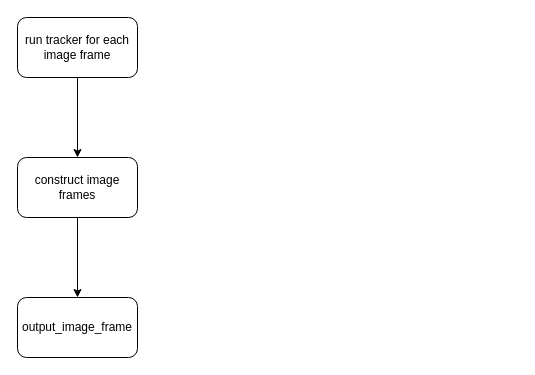
YueChuCheng/Wayside_draw keeps this draw.io diagram as deepsort_tracker.drawio. Above is the earlier version. Source tidied: cells renumbered, new cells numbered last; positions are measured from the earlier drawing's top-left corner, leaving out a move shared by most shapes. Both pictures are drawn from the tidied source at 100%, with x=0, y=0 at pixel (17, 17).
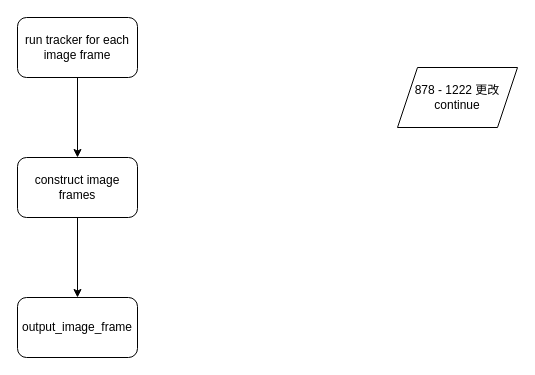
After the change.

Change to the diagram source:
```diff
@@
 <mxGraphModel>
   <root>
     <mxCell id="0" />
     <mxCell id="1" parent="0" />
     <mxCell id="2" style="edgeStyle=orthogonalEdgeStyle;rounded=0;jettySize=auto;html=1;" parent="1" edge="1" source="3" target="5">
       <mxGeometry relative="1" as="geometry" />
     </mxCell>
     <mxCell id="3" value="run tracker for each image frame" style="rounded=1;whiteSpace=wrap;html=1;" parent="1" vertex="1">
       <mxGeometry width="120" height="60" as="geometry" />
     </mxCell>
     <mxCell id="4" style="edgeStyle=orthogonalEdgeStyle;rounded=0;jettySize=auto;html=1;" parent="1" edge="1" source="5" target="6">
       <mxGeometry relative="1" as="geometry" />
     </mxCell>
     <mxCell id="5" value="construct image frames" style="whiteSpace=wrap;html=1;rounded=1;" parent="1" vertex="1">
       <mxGeometry y="140" width="120" height="60" as="geometry" />
     </mxCell>
     <mxCell id="6" value="output_image_frame" style="whiteSpace=wrap;html=1;rounded=1;" parent="1" vertex="1">
       <mxGeometry y="280" width="120" height="60" as="geometry" />
     </mxCell>
+    <mxCell id="7" value="878 - 1222 更改continue" style="shape=parallelogram;perimeter=parallelogramPerimeter;whiteSpace=wrap;html=1;fixedSize=1;" parent="1" vertex="1">
+      <mxGeometry x="380" y="50" width="120" height="60" as="geometry" />
+    </mxCell>
   </root>
 </mxGraphModel>
```
